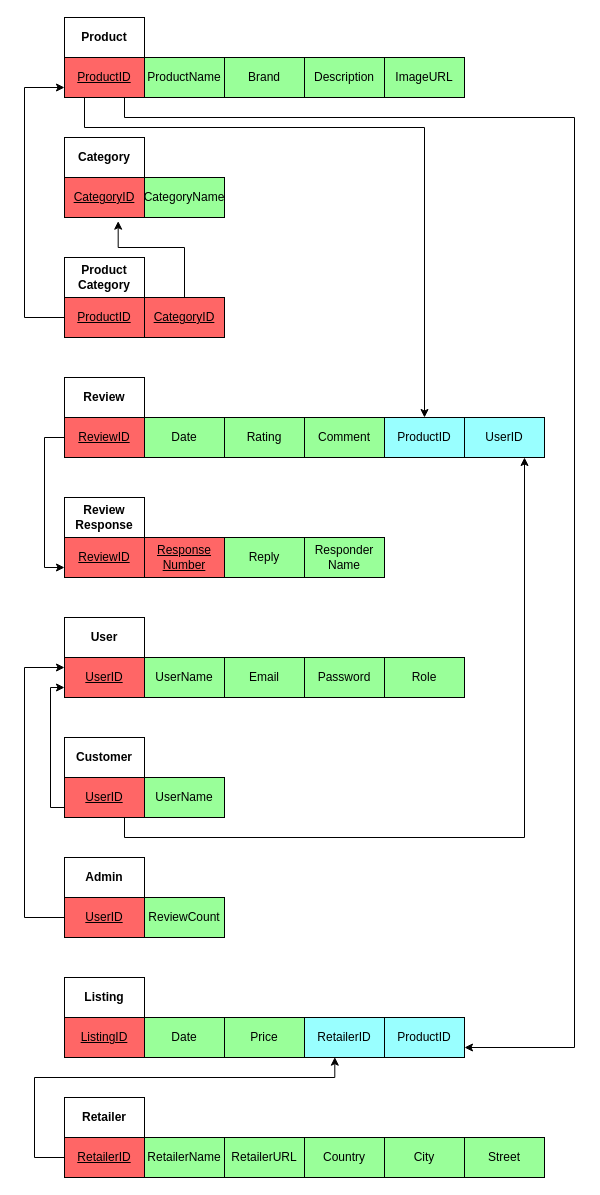
HamdaanMirza/Procrastinators keeps this draw.io diagram as Final Relational Model.drawio. Above is the earlier version. Source tidied: cells renumbered, new cells numbered last; positions are measured from the earlier drawing's top-left corner, leaving out a move shared by most shapes. Both pictures are drawn from the tidied source at 100%, with x=0, y=0 at pixel (24, 17).
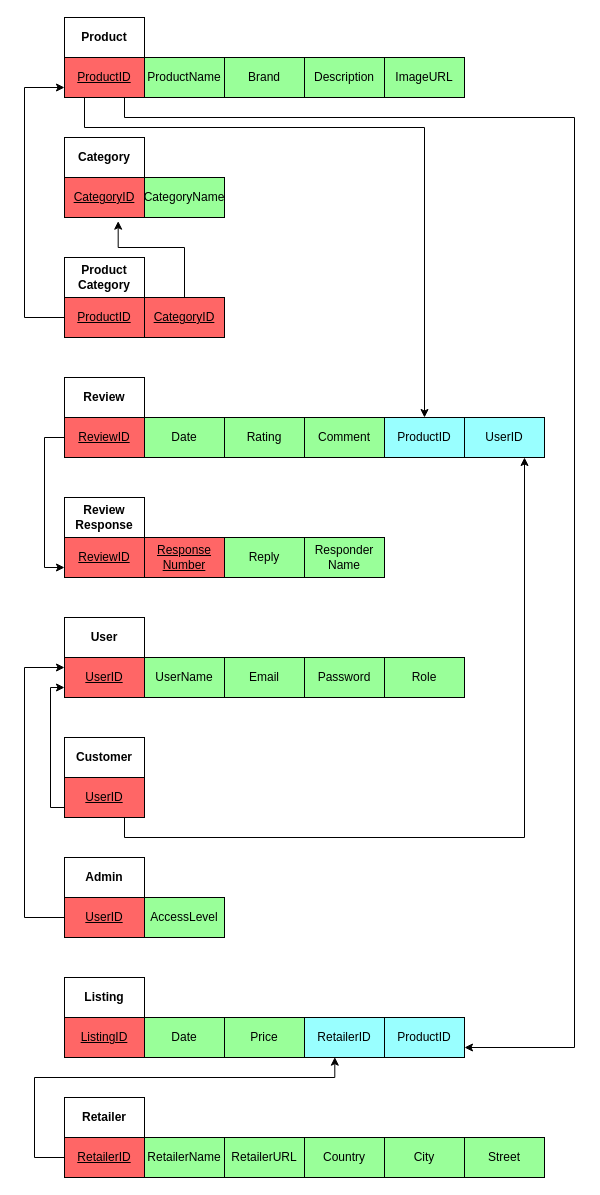
After the change.

Commit message:
Fixed Mapping of Admin and Customer

Diff of the diagram source:
```diff
@@
-    <mxCell id="58" style="rounded=0;whiteSpace=wrap;html=1;" parent="1" vertex="1">
-      <mxGeometry x="40" y="760" width="160" height="40" as="geometry" />
-    </mxCell>
-    <mxCell id="59" value="UserName" style="rounded=0;whiteSpace=wrap;html=1;fillColor=light-dark(#99FF99,#000000);" parent="1" vertex="1">
-      <mxGeometry x="120" y="760" width="80" height="40" as="geometry" />
-    </mxCell>
@@
-    <mxCell id="63" value="ReviewCount" style="rounded=0;whiteSpace=wrap;html=1;fillColor=light-dark(#99FF99,#000000);" parent="1" vertex="1">
+    <mxCell id="63" value="AccessLevel" style="rounded=0;whiteSpace=wrap;html=1;fillColor=light-dark(#99FF99,#000000);" parent="1" vertex="1">
       <mxGeometry x="120" y="880" width="80" height="40" as="geometry" />
     </mxCell>
```
